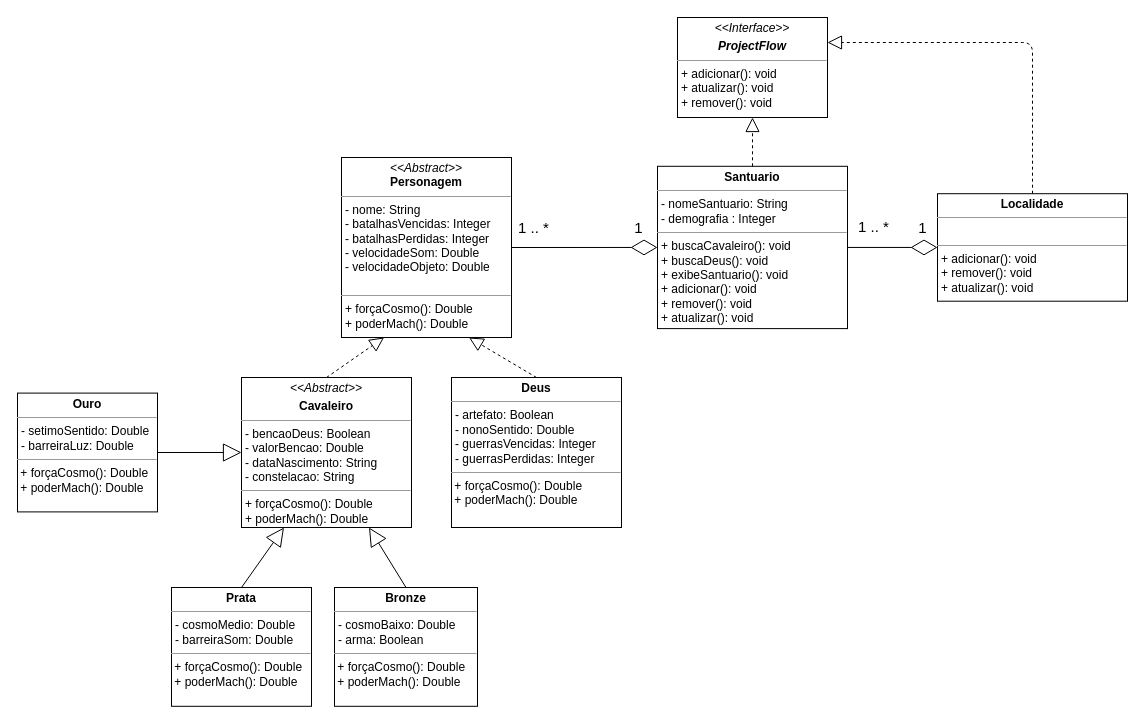
Above: Diagrama/Diagrama AC1.drawio in carrera-gabriel/projeto-api-ac1 (draw.io), before the change. Source tidied: cells renumbered, new cells numbered last; positions are measured from the earlier drawing's top-left corner, leaving out a move shared by most shapes. Both pictures are drawn from the tidied source at 100%, with x=0, y=0 at pixel (17, 17).
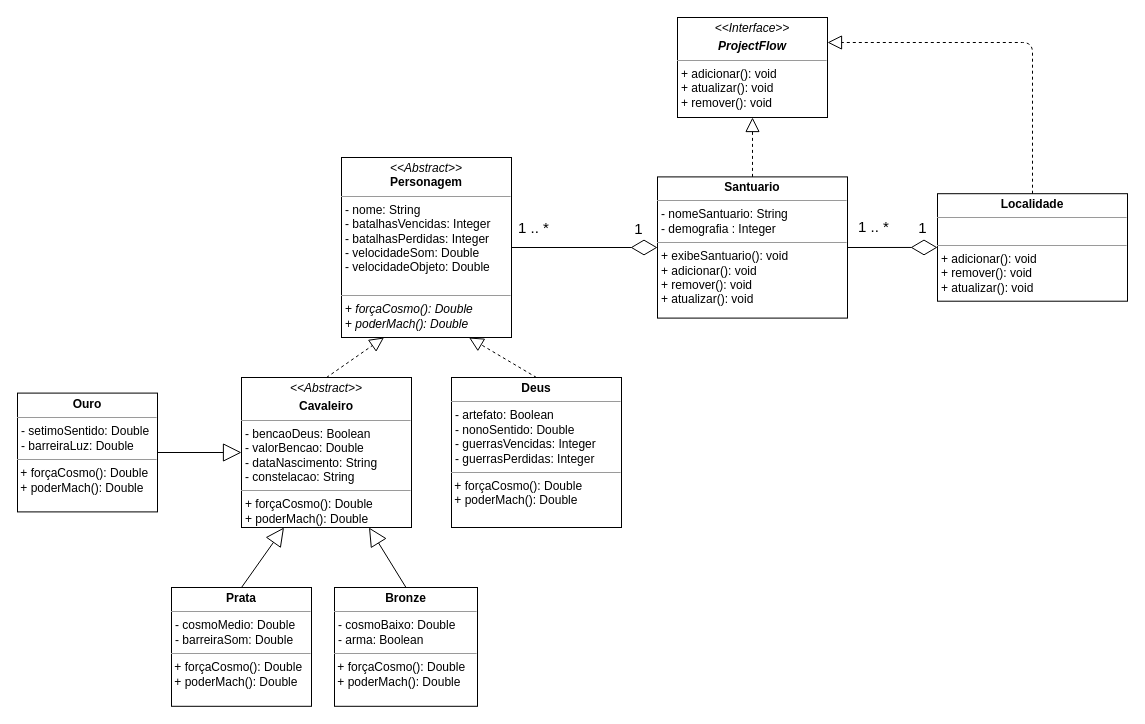
The same page after the edit.

The edit, as a diff of the source:
```diff
@@
-    <mxCell id="2" value="&lt;p style=&quot;margin: 0px ; margin-top: 4px ; text-align: center&quot;&gt;&lt;i&gt;&amp;lt;&amp;lt;Abstract&amp;gt;&amp;gt;&lt;/i&gt;&lt;br&gt;&lt;b&gt;Personagem&lt;/b&gt;&lt;/p&gt;&lt;hr size=&quot;1&quot;&gt;&lt;p style=&quot;margin: 0px ; margin-left: 4px&quot;&gt;- nome: String&lt;br&gt;&lt;/p&gt;&lt;p style=&quot;margin: 0px ; margin-left: 4px&quot;&gt;- batalhasVencidas: Integer&lt;br&gt;- batalhasPerdidas: Integer&lt;br&gt;&lt;/p&gt;&lt;p style=&quot;margin: 0px 0px 0px 4px&quot;&gt;- velocidadeSom: Double&lt;/p&gt;&lt;p style=&quot;margin: 0px 0px 0px 4px&quot;&gt;- velocidadeObjeto: Double&lt;/p&gt;&lt;br&gt;&lt;hr size=&quot;1&quot;&gt;&lt;p style=&quot;margin: 0px ; margin-left: 4px&quot;&gt;+ forçaCosmo(): Double&lt;br&gt;+ poderMach(): Double&lt;/p&gt;" style="verticalAlign=top;align=left;overflow=fill;fontSize=12;fontFamily=Helvetica;html=1;" parent="1" vertex="1">
+    <mxCell id="2" value="&lt;p style=&quot;margin: 0px ; margin-top: 4px ; text-align: center&quot;&gt;&lt;i&gt;&amp;lt;&amp;lt;Abstract&amp;gt;&amp;gt;&lt;/i&gt;&lt;br&gt;&lt;b&gt;Personagem&lt;/b&gt;&lt;/p&gt;&lt;hr size=&quot;1&quot;&gt;&lt;p style=&quot;margin: 0px ; margin-left: 4px&quot;&gt;- nome: String&lt;br&gt;&lt;/p&gt;&lt;p style=&quot;margin: 0px ; margin-left: 4px&quot;&gt;- batalhasVencidas: Integer&lt;br&gt;- batalhasPerdidas: Integer&lt;br&gt;&lt;/p&gt;&lt;p style=&quot;margin: 0px 0px 0px 4px&quot;&gt;- velocidadeSom: Double&lt;/p&gt;&lt;p style=&quot;margin: 0px 0px 0px 4px&quot;&gt;- velocidadeObjeto: Double&lt;/p&gt;&lt;br&gt;&lt;hr size=&quot;1&quot;&gt;&lt;p style=&quot;margin: 0px ; margin-left: 4px&quot;&gt;+ &lt;i&gt;forçaCosmo(): Double&lt;/i&gt;&lt;br&gt;+ &lt;i&gt;poderMach(): Double&lt;/i&gt;&lt;/p&gt;" style="verticalAlign=top;align=left;overflow=fill;fontSize=12;fontFamily=Helvetica;html=1;" parent="1" vertex="1">
       <mxGeometry x="324" y="140" width="170" height="180" as="geometry" />
     </mxCell>
@@
-    <mxCell id="13" value="&lt;p style=&quot;margin: 0px ; margin-top: 4px ; text-align: center&quot;&gt;&lt;b&gt;Santuario&lt;/b&gt;&lt;/p&gt;&lt;hr size=&quot;1&quot;&gt;&lt;p style=&quot;margin: 0px ; margin-left: 4px&quot;&gt;- nomeSantuario: String&lt;/p&gt;&lt;p style=&quot;margin: 0px ; margin-left: 4px&quot;&gt;- demografia : Integer&lt;/p&gt;&lt;hr size=&quot;1&quot;&gt;&lt;p style=&quot;margin: 0px ; margin-left: 4px&quot;&gt;+ buscaCavaleiro(): void&lt;br&gt;&lt;/p&gt;&lt;p style=&quot;margin: 0px 0px 0px 4px&quot;&gt;+ buscaDeus(): void&lt;/p&gt;&lt;p style=&quot;margin: 0px ; margin-left: 4px&quot;&gt;&lt;span&gt;+ exibeSantuario(): void&lt;/span&gt;&lt;br&gt;&lt;/p&gt;&lt;p style=&quot;margin: 0px 0px 0px 4px&quot;&gt;+ adicionar(): void&lt;br&gt;+ remover(): void&lt;/p&gt;&lt;p style=&quot;margin: 0px 0px 0px 4px&quot;&gt;+ atualizar(): void&lt;/p&gt;" style="verticalAlign=top;align=left;overflow=fill;fontSize=12;fontFamily=Helvetica;html=1;" parent="1" vertex="1">
-      <mxGeometry x="640" y="148.8" width="190" height="162.3" as="geometry" />
+    <mxCell id="13" value="&lt;p style=&quot;margin: 0px ; margin-top: 4px ; text-align: center&quot;&gt;&lt;b&gt;Santuario&lt;/b&gt;&lt;/p&gt;&lt;hr size=&quot;1&quot;&gt;&lt;p style=&quot;margin: 0px ; margin-left: 4px&quot;&gt;- nomeSantuario: String&lt;/p&gt;&lt;p style=&quot;margin: 0px ; margin-left: 4px&quot;&gt;- demografia : Integer&lt;/p&gt;&lt;hr size=&quot;1&quot;&gt;&lt;p style=&quot;margin: 0px ; margin-left: 4px&quot;&gt;&lt;span&gt;+ exibeSantuario(): void&lt;/span&gt;&lt;br&gt;&lt;/p&gt;&lt;p style=&quot;margin: 0px 0px 0px 4px&quot;&gt;+ adicionar(): void&lt;br&gt;+ remover(): void&lt;/p&gt;&lt;p style=&quot;margin: 0px 0px 0px 4px&quot;&gt;+ atualizar(): void&lt;/p&gt;" style="verticalAlign=top;align=left;overflow=fill;fontSize=12;fontFamily=Helvetica;html=1;" parent="1" vertex="1">
+      <mxGeometry x="640" y="159.4" width="190" height="141.2" as="geometry" />
     </mxCell>
```
